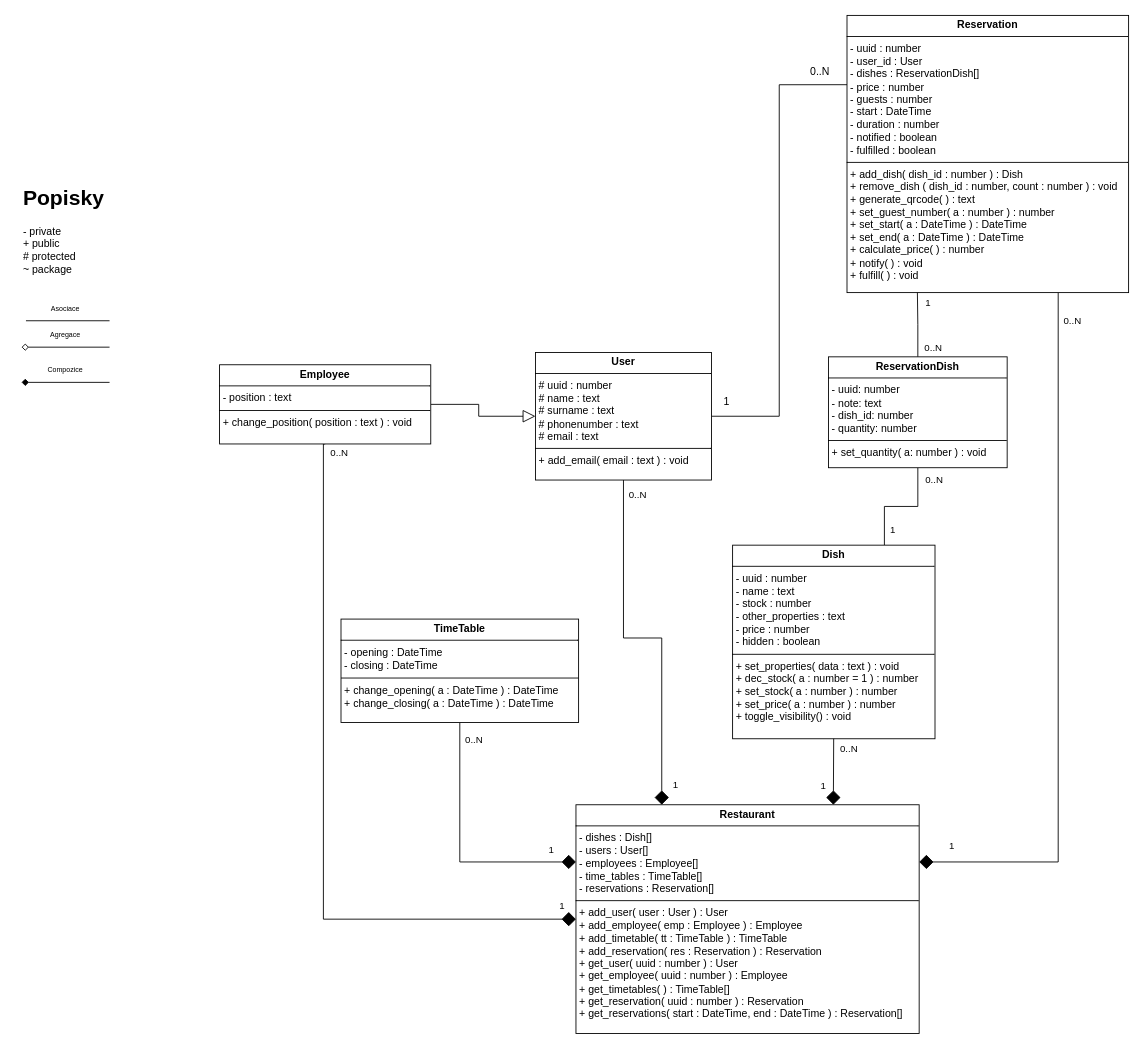
This is page "Třídové diagramy" (2 of 3) of Diagram.drawio from LPbigFish/SWI-Projekt, a draw.io file, before an edit. Source tidied: cells renumbered, new cells numbered last; positions are measured from the earlier drawing's top-left corner, leaving out a move shared by most shapes. Both pictures are drawn from the tidied source at 88%, with x=0, y=0 at pixel (21, 15).
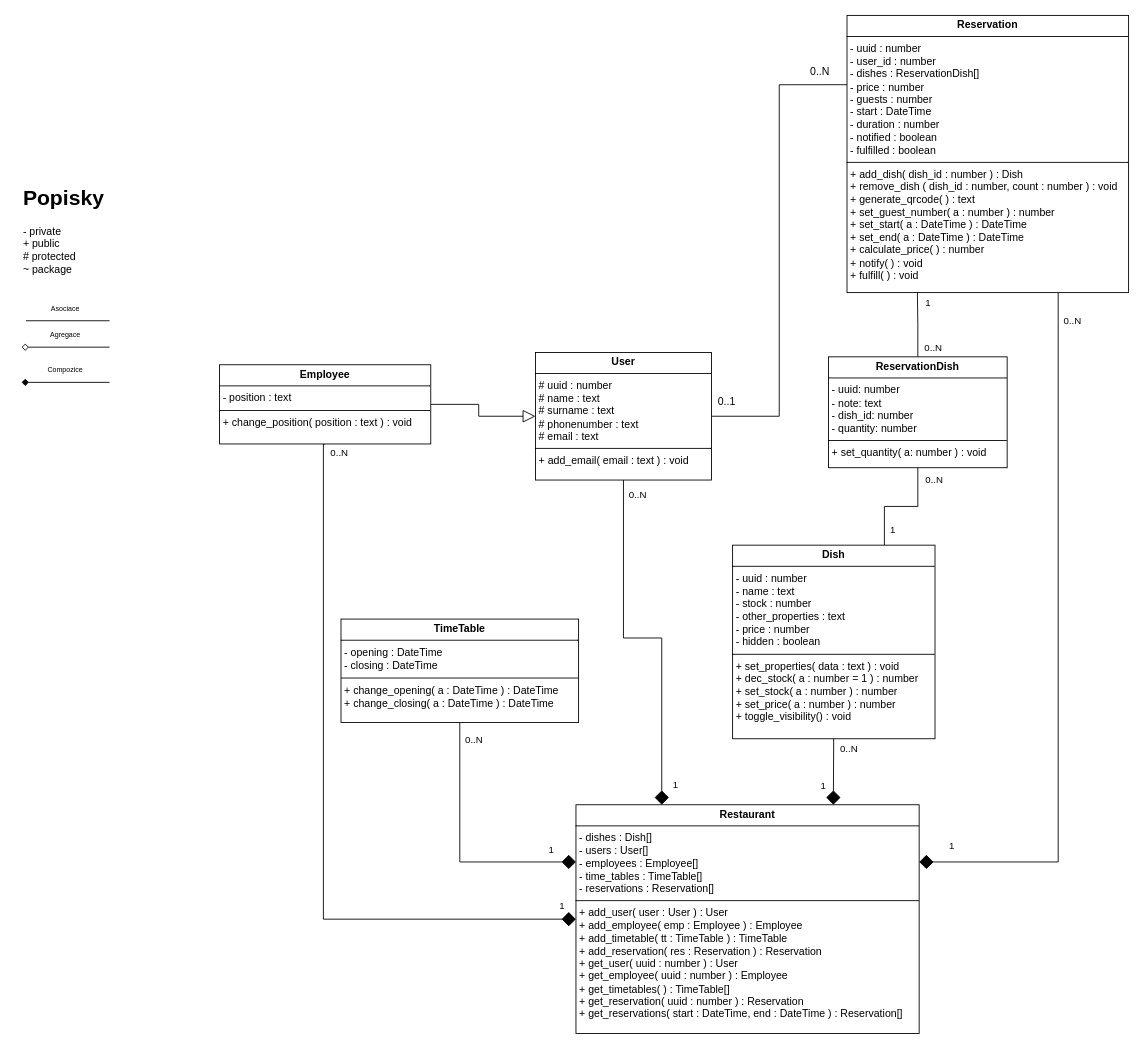
Above is the later version.

Change to the diagram source:
```diff
@@
-    <mxCell id="25" value="&lt;p style=&quot;margin:0px;margin-top:4px;text-align:center;&quot;&gt;&lt;b&gt;Reservation&lt;/b&gt;&lt;/p&gt;&lt;hr size=&quot;1&quot; style=&quot;border-style:solid;&quot;&gt;&lt;p style=&quot;margin:0px;margin-left:4px;&quot;&gt;- uuid : number&lt;/p&gt;&lt;p style=&quot;margin:0px;margin-left:4px;&quot;&gt;- user_id : User&lt;/p&gt;&lt;p style=&quot;margin:0px;margin-left:4px;&quot;&gt;- dishes : ReservationDish[]&lt;/p&gt;&lt;p style=&quot;margin:0px;margin-left:4px;&quot;&gt;- price : number&lt;/p&gt;&lt;p style=&quot;margin:0px;margin-left:4px;&quot;&gt;- guests : number&lt;/p&gt;&lt;p style=&quot;margin:0px;margin-left:4px;&quot;&gt;- start : DateTime&lt;/p&gt;&lt;p style=&quot;margin:0px;margin-left:4px;&quot;&gt;- duration : number&lt;/p&gt;&lt;p style=&quot;margin:0px;margin-left:4px;&quot;&gt;- notified : boolean&lt;/p&gt;&lt;p style=&quot;margin:0px;margin-left:4px;&quot;&gt;- fulfilled : boolean&lt;/p&gt;&lt;hr size=&quot;1&quot; style=&quot;border-style:solid;&quot;&gt;&lt;p style=&quot;margin:0px;margin-left:4px;&quot;&gt;+ add_dish( dish_id : number ) : Dish&lt;/p&gt;&lt;p style=&quot;margin:0px;margin-left:4px;&quot;&gt;+ remove_dish ( dish_id : number, count : number ) : void&lt;/p&gt;&lt;p style=&quot;margin:0px;margin-left:4px;&quot;&gt;+ generate_qrcode( ) : text&lt;/p&gt;&lt;p style=&quot;margin:0px;margin-left:4px;&quot;&gt;+ set_guest_number( a : number ) : number&lt;/p&gt;&lt;p style=&quot;margin:0px;margin-left:4px;&quot;&gt;+ set_start( a : DateTime ) : DateTime&lt;/p&gt;&lt;p style=&quot;margin:0px;margin-left:4px;&quot;&gt;+ set_end( a : DateTime ) : DateTime&lt;/p&gt;&lt;p style=&quot;margin:0px;margin-left:4px;&quot;&gt;+ calculate_price( ) : number&lt;/p&gt;&lt;p style=&quot;margin:0px;margin-left:4px;&quot;&gt;+ notify( ) : void&lt;/p&gt;&lt;p style=&quot;margin:0px;margin-left:4px;&quot;&gt;+ fulfill( ) : void&lt;/p&gt;" style="verticalAlign=top;align=left;overflow=fill;html=1;whiteSpace=wrap;" parent="1" vertex="1">
+    <mxCell id="25" value="&lt;p style=&quot;margin:0px;margin-top:4px;text-align:center;&quot;&gt;&lt;b&gt;Reservation&lt;/b&gt;&lt;/p&gt;&lt;hr size=&quot;1&quot; style=&quot;border-style:solid;&quot;&gt;&lt;p style=&quot;margin:0px;margin-left:4px;&quot;&gt;- uuid : number&lt;/p&gt;&lt;p style=&quot;margin:0px;margin-left:4px;&quot;&gt;- user_id : number&lt;/p&gt;&lt;p style=&quot;margin:0px;margin-left:4px;&quot;&gt;- dishes : ReservationDish[]&lt;/p&gt;&lt;p style=&quot;margin:0px;margin-left:4px;&quot;&gt;- price : number&lt;/p&gt;&lt;p style=&quot;margin:0px;margin-left:4px;&quot;&gt;- guests : number&lt;/p&gt;&lt;p style=&quot;margin:0px;margin-left:4px;&quot;&gt;- start : DateTime&lt;/p&gt;&lt;p style=&quot;margin:0px;margin-left:4px;&quot;&gt;- duration : number&lt;/p&gt;&lt;p style=&quot;margin:0px;margin-left:4px;&quot;&gt;- notified : boolean&lt;/p&gt;&lt;p style=&quot;margin:0px;margin-left:4px;&quot;&gt;- fulfilled : boolean&lt;/p&gt;&lt;hr size=&quot;1&quot; style=&quot;border-style:solid;&quot;&gt;&lt;p style=&quot;margin:0px;margin-left:4px;&quot;&gt;+ add_dish( dish_id : number ) : Dish&lt;/p&gt;&lt;p style=&quot;margin:0px;margin-left:4px;&quot;&gt;+ remove_dish ( dish_id : number, count : number ) : void&lt;/p&gt;&lt;p style=&quot;margin:0px;margin-left:4px;&quot;&gt;+ generate_qrcode( ) : text&lt;/p&gt;&lt;p style=&quot;margin:0px;margin-left:4px;&quot;&gt;+ set_guest_number( a : number ) : number&lt;/p&gt;&lt;p style=&quot;margin:0px;margin-left:4px;&quot;&gt;+ set_start( a : DateTime ) : DateTime&lt;/p&gt;&lt;p style=&quot;margin:0px;margin-left:4px;&quot;&gt;+ set_end( a : DateTime ) : DateTime&lt;/p&gt;&lt;p style=&quot;margin:0px;margin-left:4px;&quot;&gt;+ calculate_price( ) : number&lt;/p&gt;&lt;p style=&quot;margin:0px;margin-left:4px;&quot;&gt;+ notify( ) : void&lt;/p&gt;&lt;p style=&quot;margin:0px;margin-left:4px;&quot;&gt;+ fulfill( ) : void&lt;/p&gt;" style="verticalAlign=top;align=left;overflow=fill;html=1;whiteSpace=wrap;" parent="1" vertex="1">
       <mxGeometry x="938" width="320" height="315" as="geometry" />
     </mxCell>
@@
-    <mxCell id="37" value="1" style="text;html=1;align=center;verticalAlign=middle;strokeColor=none;fillColor=none;" parent="1" vertex="1">
-      <mxGeometry x="788" y="426" width="25" height="26" as="geometry" />
+    <mxCell id="37" value="0..1" style="text;html=1;align=center;verticalAlign=middle;strokeColor=none;fillColor=none;" parent="1" vertex="1">
+      <mxGeometry x="782" y="426" width="38" height="26" as="geometry" />
     </mxCell>
```
